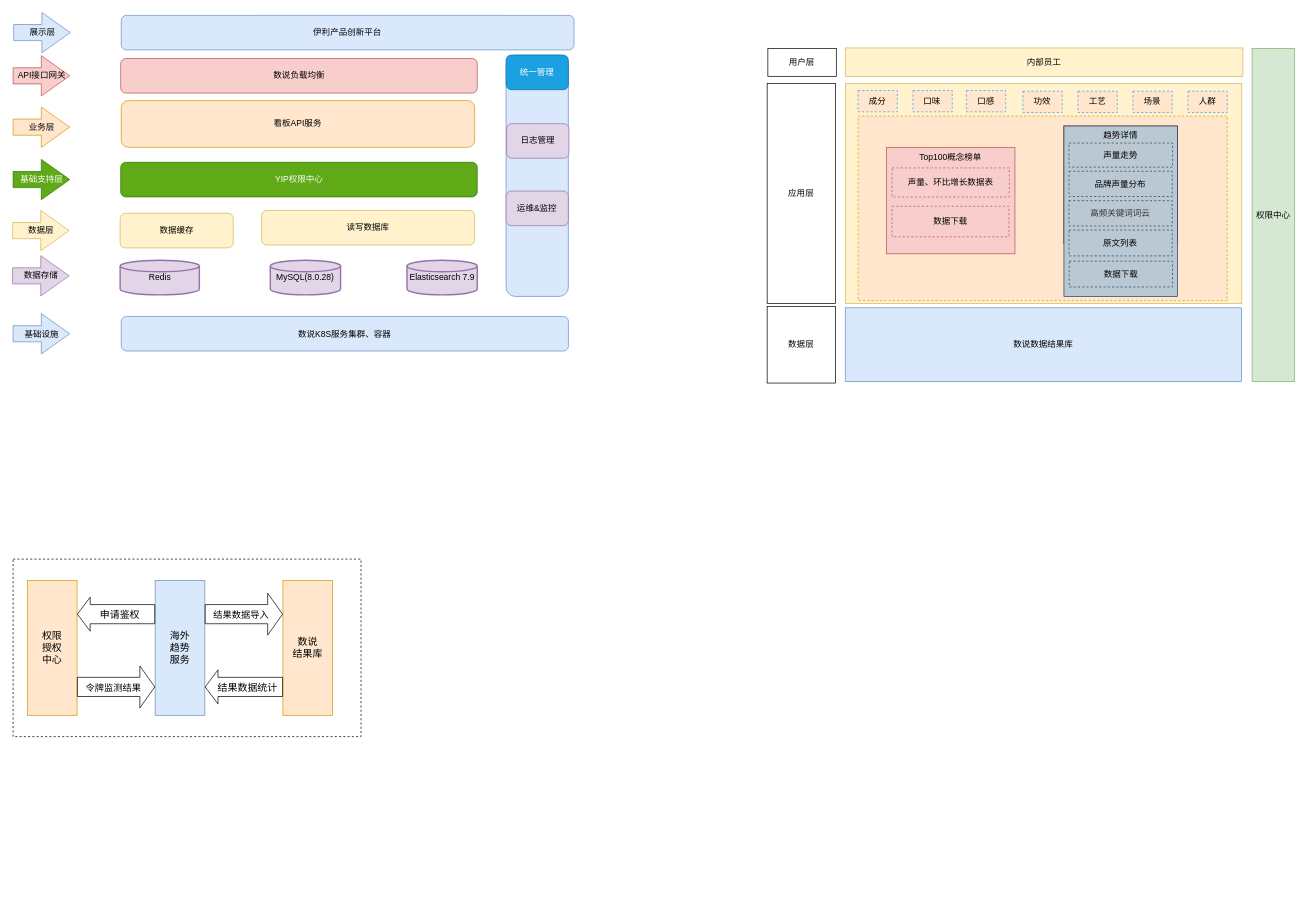
This is page "伊利海外趋势" (5 of 5) of 数据服务3.0.drawio from jk1420/data-api, a draw.io file, before an edit. Source tidied: cells renumbered, new cells numbered last; positions are measured from the earlier drawing's top-left corner, leaving out a move shared by most shapes. Both pictures are drawn from the tidied source at 71%, with x=0, y=0 at pixel (12, 12).
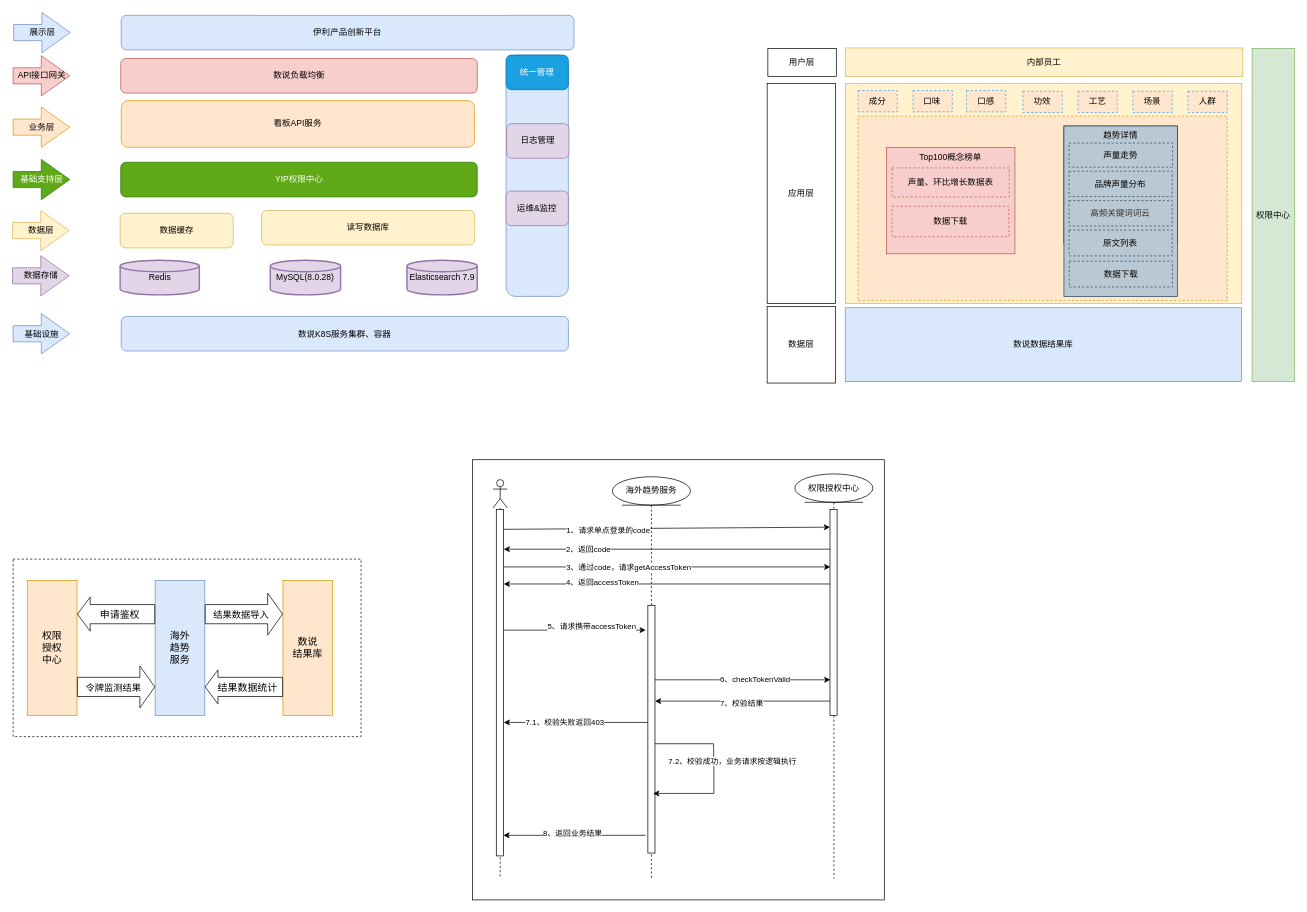
The same page after the edit.

Diff of the diagram source:
```diff
@@
     <mxCell id="31" style="group;" parent="1" vertex="1">
-      <mxGeometry x="1" width="790" height="690" as="geometry" />
+      <mxGeometry x="1" width="1180" height="1250" as="geometry" />
     </mxCell>
@@
+    <mxCell id="64" style="rounded=0;whiteSpace=wrap;html=1;" parent="31" vertex="1">
+      <mxGeometry x="647" y="630" width="580" height="620" as="geometry" />
+    </mxCell>
@@
+    <mxCell id="65" style="shape=umlLifeline;perimeter=lifelinePerimeter;whiteSpace=wrap;html=1;newEdgeStyle={&quot;curved&quot;:0,&quot;rounded&quot;:0};participant=umlActor;" parent="1" vertex="1">
+      <mxGeometry x="677" y="658" width="20" height="562" as="geometry" />
+    </mxCell>
+    <mxCell id="66" style="html=1;points=[[0,0,0,0,5],[0,1,0,0,-5],[1,0,0,0,5],[1,1,0,0,-5]];perimeter=orthogonalPerimeter;outlineConnect=0;targetShapes=umlLifeline;portConstraint=eastwest;newEdgeStyle={&quot;curved&quot;:0,&quot;rounded&quot;:0};" parent="65" vertex="1">
+      <mxGeometry x="4.5" y="42" width="10" height="488" as="geometry" />
+    </mxCell>
+    <mxCell id="67" value="权限授权中心" style="html=1;whiteSpace=wrap;shape=umlLifeline;perimeter=lifelinePerimeter;newEdgeStyle={&quot;curved&quot;:0,&quot;rounded&quot;:0};participant=umlEntity;" parent="1" vertex="1">
+      <mxGeometry x="1102" y="650" width="110" height="570" as="geometry" />
+    </mxCell>
+    <mxCell id="68" style="html=1;points=[[0,0,0,0,5],[0,1,0,0,-5],[1,0,0,0,5],[1,1,0,0,-5]];perimeter=orthogonalPerimeter;outlineConnect=0;targetShapes=umlLifeline;portConstraint=eastwest;newEdgeStyle={&quot;curved&quot;:0,&quot;rounded&quot;:0};" parent="67" vertex="1">
+      <mxGeometry x="49.5" y="50" width="10" height="290" as="geometry" />
+    </mxCell>
+    <mxCell id="69" value="海外趋势服务" style="html=1;whiteSpace=wrap;shape=umlLifeline;perimeter=lifelinePerimeter;newEdgeStyle={&quot;curved&quot;:0,&quot;rounded&quot;:0};participant=umlEntity;" parent="1" vertex="1">
+      <mxGeometry x="845" y="654" width="110" height="566" as="geometry" />
+    </mxCell>
+    <mxCell id="70" style="html=1;points=[[0,0,0,0,5],[0,1,0,0,-5],[1,0,0,0,5],[1,1,0,0,-5]];perimeter=orthogonalPerimeter;outlineConnect=0;targetShapes=umlLifeline;portConstraint=eastwest;newEdgeStyle={&quot;curved&quot;:0,&quot;rounded&quot;:0};" parent="69" vertex="1">
+      <mxGeometry x="50" y="181" width="10" height="349" as="geometry" />
+    </mxCell>
+    <mxCell id="71" style="endArrow=classic;html=1;rounded=0;" parent="1" edge="1">
+      <mxGeometry relative="1" as="geometry">
+        <mxPoint x="692" y="728" as="sourcePoint" />
+        <mxPoint x="1151.5" y="725" as="targetPoint" />
+      </mxGeometry>
+    </mxCell>
+    <mxCell id="72" value="1、请求单点登录的code" style="edgeLabel;html=1;align=center;verticalAlign=middle;" parent="71" vertex="1">
+      <mxGeometry x="-0.35" y="-2" relative="1" as="geometry">
+        <mxPoint x="-3" y="-1" as="offset" />
+      </mxGeometry>
+    </mxCell>
+    <mxCell id="73" style="endArrow=classic;html=1;rounded=0;" parent="1" edge="1">
+      <mxGeometry relative="1" as="geometry">
+        <mxPoint x="1152" y="756" as="sourcePoint" />
+        <mxPoint x="692" y="756" as="targetPoint" />
+      </mxGeometry>
+    </mxCell>
+    <mxCell id="74" value="2、返回code" style="edgeLabel;html=1;align=center;verticalAlign=middle;" parent="73" vertex="1">
+      <mxGeometry x="-0.53" y="2" relative="1" as="geometry">
+        <mxPoint x="-234" y="-2" as="offset" />
+      </mxGeometry>
+    </mxCell>
+    <mxCell id="75" style="endArrow=classic;html=1;rounded=0;" parent="1" edge="1">
+      <mxGeometry relative="1" as="geometry">
+        <mxPoint x="691.5" y="781" as="sourcePoint" />
+        <mxPoint x="1152" y="781" as="targetPoint" />
+      </mxGeometry>
+    </mxCell>
+    <mxCell id="76" value="3、通过code，请求getAccessToken" style="edgeLabel;html=1;align=center;verticalAlign=middle;" parent="75" vertex="1">
+      <mxGeometry x="-0.54" y="-3" relative="1" as="geometry">
+        <mxPoint x="70" y="-3" as="offset" />
+      </mxGeometry>
+    </mxCell>
+    <mxCell id="77" style="endArrow=classic;html=1;rounded=0;" parent="1" edge="1" source="68">
+      <mxGeometry relative="1" as="geometry">
+        <mxPoint x="692" y="805" as="targetPoint" />
+      </mxGeometry>
+    </mxCell>
+    <mxCell id="78" value="4、返回accessToken" style="edgeLabel;html=1;align=center;verticalAlign=middle;" parent="77" vertex="1">
+      <mxGeometry x="0.58" y="-3" relative="1" as="geometry">
+        <mxPoint x="42" as="offset" />
+      </mxGeometry>
+    </mxCell>
+    <mxCell id="79" style="endArrow=classic;html=1;rounded=0;" parent="1" edge="1">
+      <mxGeometry relative="1" as="geometry">
+        <mxPoint x="692" y="870" as="sourcePoint" />
+        <mxPoint x="892" y="870" as="targetPoint" />
+      </mxGeometry>
+    </mxCell>
+    <mxCell id="80" value="5、请求携带accessToken" style="edgeLabel;html=1;align=center;verticalAlign=middle;" parent="79" vertex="1">
+      <mxGeometry x="0.23" y="6" relative="1" as="geometry" />
+    </mxCell>
+    <mxCell id="81" style="endArrow=classic;html=1;rounded=0;" parent="1" edge="1" source="70">
+      <mxGeometry relative="1" as="geometry">
+        <mxPoint x="1152" y="940" as="targetPoint" />
+      </mxGeometry>
+    </mxCell>
+    <mxCell id="82" value="6、checkTokenValid" style="edgeLabel;html=1;align=center;verticalAlign=middle;" parent="81" vertex="1">
+      <mxGeometry x="0.13" y="1" relative="1" as="geometry" />
+    </mxCell>
+    <mxCell id="83" style="endArrow=classic;html=1;rounded=0;" parent="1" edge="1" target="70">
+      <mxGeometry relative="1" as="geometry">
+        <mxPoint x="1151.5" y="970" as="sourcePoint" />
+      </mxGeometry>
+    </mxCell>
+    <mxCell id="84" value="7、校验结果" style="edgeLabel;html=1;align=center;verticalAlign=middle;" parent="83" vertex="1">
+      <mxGeometry x="-0.27" y="2" relative="1" as="geometry">
+        <mxPoint x="-35" as="offset" />
+      </mxGeometry>
+    </mxCell>
+    <mxCell id="85" style="endArrow=classic;html=1;rounded=0;" parent="1" edge="1">
+      <mxGeometry relative="1" as="geometry">
+        <mxPoint x="895" y="1000" as="sourcePoint" />
+        <mxPoint x="692" y="1000" as="targetPoint" />
+      </mxGeometry>
+    </mxCell>
+    <mxCell id="86" value="7.1、校验失败返回403" style="edgeLabel;html=1;align=center;verticalAlign=middle;" parent="85" vertex="1">
+      <mxGeometry x="0.16" y="4" relative="1" as="geometry">
+        <mxPoint y="-5" as="offset" />
+      </mxGeometry>
+    </mxCell>
+    <mxCell id="87" style="endArrow=classic;html=1;rounded=0;" parent="1" edge="1">
+      <mxGeometry relative="1" as="geometry">
+        <mxPoint x="905" y="1030" as="sourcePoint" />
+        <mxPoint x="902.5" y="1100" as="targetPoint" />
+        <Array as="points">
+          <mxPoint x="987.5" y="1030" />
+          <mxPoint x="988" y="1070" />
+          <mxPoint x="988" y="1100" />
+        </Array>
+      </mxGeometry>
+    </mxCell>
+    <mxCell id="88" value="7.2、校验成功，业务请求按逻辑执行" style="edgeLabel;html=1;align=center;verticalAlign=middle;" parent="87" vertex="1">
+      <mxGeometry x="-0.1" y="2" relative="1" as="geometry">
+        <mxPoint x="24" as="offset" />
+      </mxGeometry>
+    </mxCell>
+    <mxCell id="89" style="endArrow=classic;html=1;rounded=0;" parent="1" edge="1" target="66">
+      <mxGeometry relative="1" as="geometry">
+        <mxPoint x="892" y="1159" as="sourcePoint" />
+      </mxGeometry>
+    </mxCell>
+    <mxCell id="90" value="8、返回业务结果" style="edgeLabel;html=1;align=center;verticalAlign=middle;" parent="89" vertex="1">
+      <mxGeometry x="0.04" y="-3" relative="1" as="geometry" />
+    </mxCell>
```
